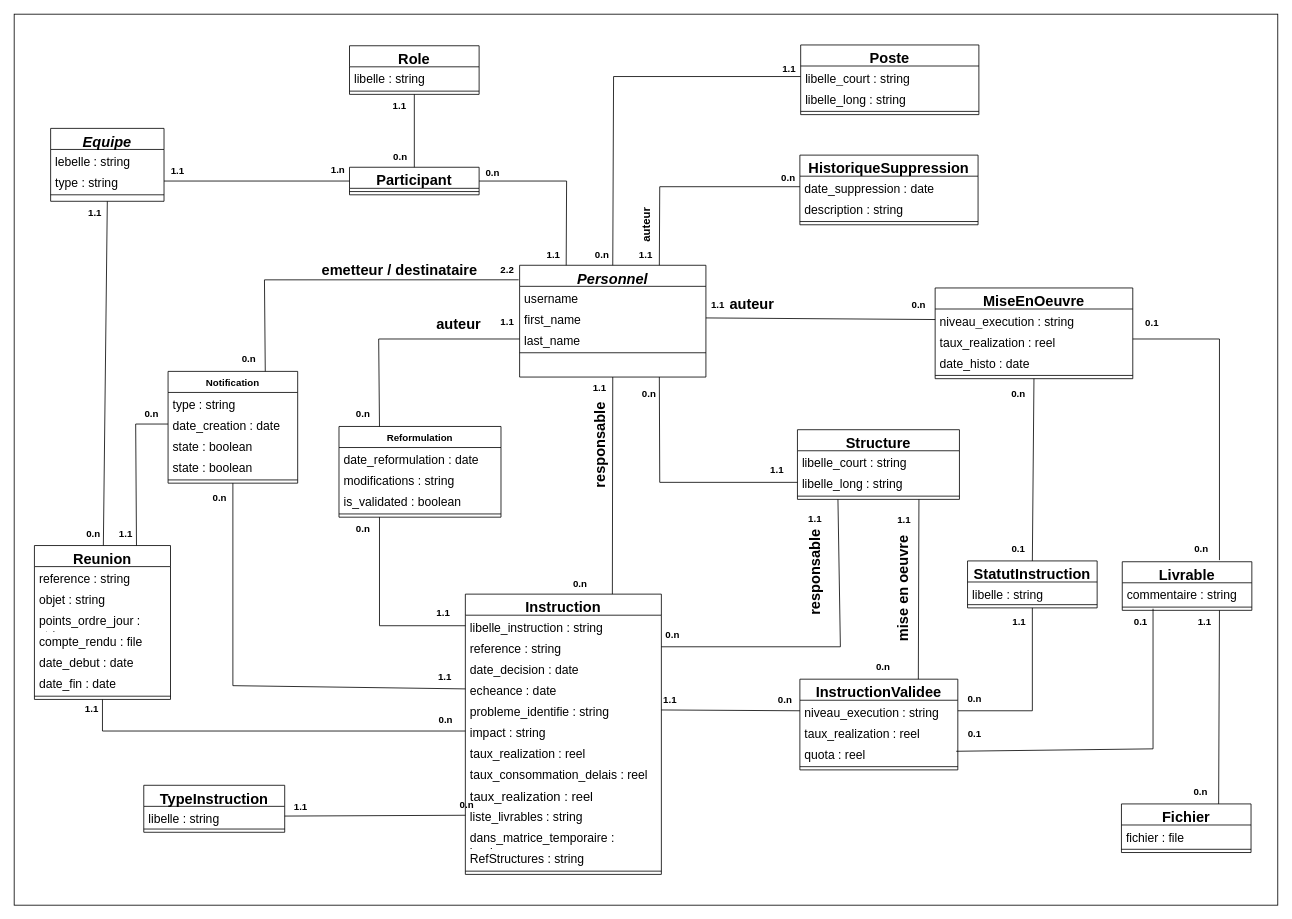
The draw.io diagram diagramme_classes_technique.drawio in CabrelFeukeng/pp, before the edit. Source tidied: cells renumbered, new cells numbered last; positions are measured from the earlier drawing's top-left corner, leaving out a move shared by most shapes. Both pictures are drawn from the tidied source at 81%, with x=0, y=0 at pixel (14, 14).
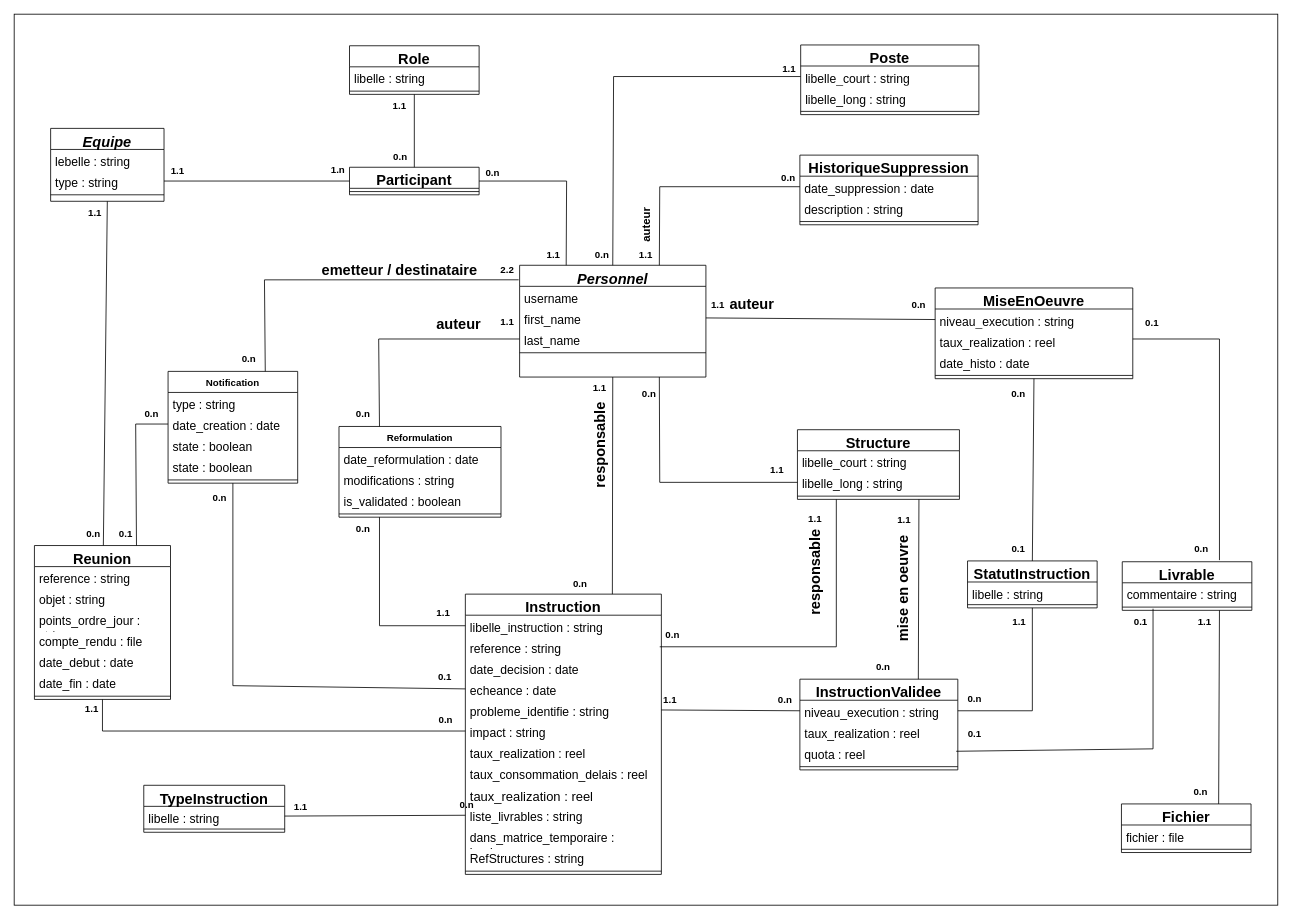
The same diagram, later.

Commit message (it also covers changes not shown here):
Mettre à jour diagramme_classes_technique.drawio

The change refers to these unchanged cells:
```xml
<mxCell id="39" value="&lt;font style=&quot;font-size: 15px;&quot;&gt;reference : string&lt;/font&gt;" style="text;strokeColor=none;fillColor=none;align=left;verticalAlign=top;spacingLeft=4;spacingRight=4;overflow=hidden;points=[[0,0.5],[1,0.5]];portConstraint=eastwest;whiteSpace=wrap;html=1;" parent="37" vertex="1">
  <mxGeometry y="52" width="242" height="26" as="geometry" />
</mxCell>
<mxCell id="72" value="&lt;font style=&quot;font-size: 18px;&quot;&gt;Structure&lt;/font&gt;" style="swimlane;fontStyle=1;align=center;verticalAlign=top;horizontal=1;startSize=26;whiteSpace=wrap;html=1;" parent="1" vertex="1">
  <mxGeometry x="967" y="513" width="200" height="86" as="geometry" />
</mxCell>
```

The edit, as a diff of the source:
```diff
@@
-    <mxCell id="117" value="&lt;b&gt;1.1&lt;/b&gt;" style="text;html=1;align=center;verticalAlign=middle;whiteSpace=wrap;rounded=0;" parent="1" vertex="1">
+    <mxCell id="117" value="&lt;b&gt;0.1&lt;/b&gt;" style="text;html=1;align=center;verticalAlign=middle;whiteSpace=wrap;rounded=0;" parent="1" vertex="1">
       <mxGeometry x="502" y="804" width="60" height="30" as="geometry" />
     </mxCell>
@@
-    <mxCell id="119" value="&lt;b&gt;1.1&lt;/b&gt;" style="text;html=1;align=center;verticalAlign=middle;whiteSpace=wrap;rounded=0;" parent="1" vertex="1">
+    <mxCell id="119" value="&lt;b&gt;0.1&lt;/b&gt;" style="text;html=1;align=center;verticalAlign=middle;whiteSpace=wrap;rounded=0;" parent="1" vertex="1">
       <mxGeometry x="108" y="627" width="60" height="30" as="geometry" />
     </mxCell>
@@
-    <mxCell id="129" style="endArrow=none;html=1;rounded=0;entryX=0.25;entryY=1;entryDx=0;entryDy=0;exitX=1;exitY=0.5;exitDx=0;exitDy=0;" parent="1" edge="1" source="39" target="72">
+    <mxCell id="129" style="endArrow=none;html=1;rounded=0;entryX=0.25;entryY=1;entryDx=0;entryDy=0;exitX=1;exitY=0.5;exitDx=0;exitDy=0;" parent="1" edge="1">
       <mxGeometry relative="1" as="geometry">
+        <mxPoint x="797" y="781" as="sourcePoint" />
+        <mxPoint x="1015" y="599" as="targetPoint" />
         <Array as="points">
-          <mxPoint x="1020" y="781" />
+          <mxPoint x="1015" y="781" />
         </Array>
       </mxGeometry>
     </mxCell>
```
